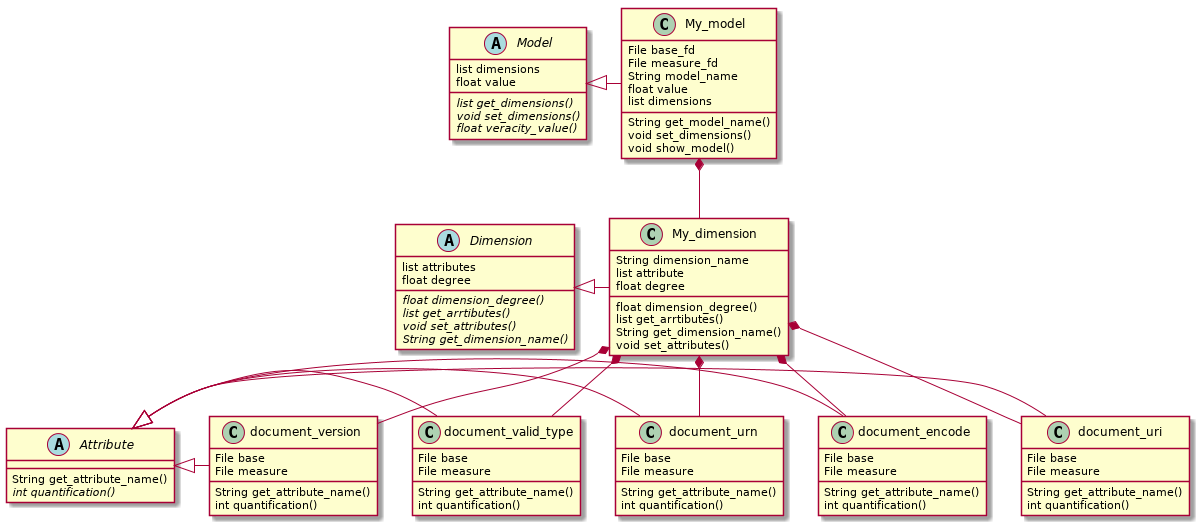
Earlier version of the PlantUML export image/uml.png (ChengFu-Ji/latex-template).
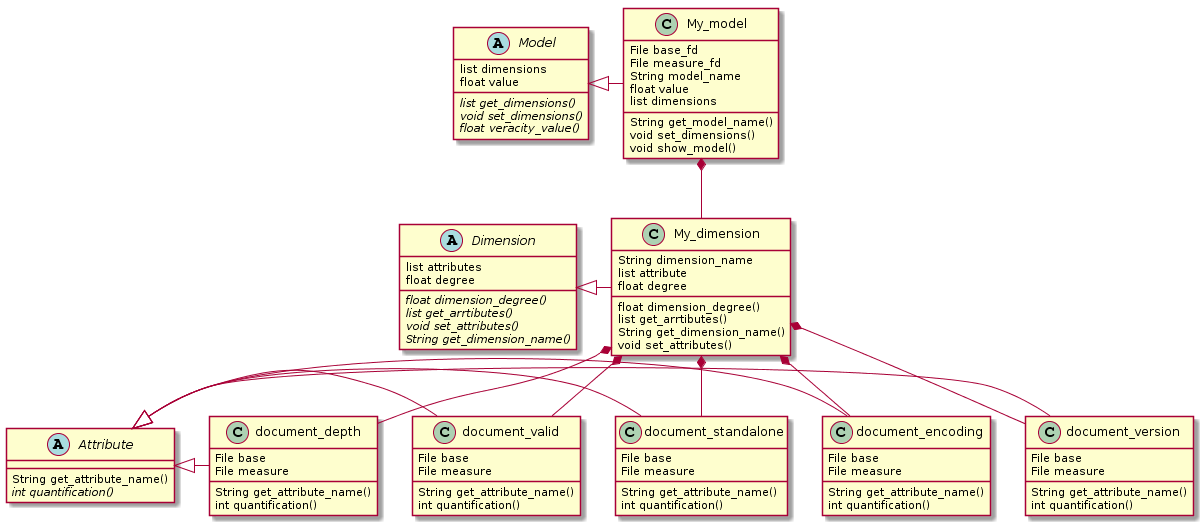
After the change.

Diff of the diagram source:
```diff
@@ -33,7 +33,6 @@
     void show_model()
 
 }
-
 class My_dimension {
     String dimension_name
     list attribute
@@ -45,28 +44,27 @@
 
 }
 
-class document_encode{
+class document_standalone{
     File base
     File measure
     String get_attribute_name()
     int quantification()
 }
 
-class document_uri{
+class document_encoding{
+    File base
+    File measure
+    String get_attribute_name()
+    int quantification()
+}
+class document_depth{
     File base
     File measure
     String get_attribute_name()
     int quantification()
 }
 
-class document_urn{
-    File base
-    File measure
-    String get_attribute_name()
-    int quantification()
-}
-
-class document_valid_type{
+class document_valid{
     File base
     File measure
     String get_attribute_name()
@@ -83,17 +81,17 @@
 Model <|- My_model
 
 Dimension <|- My_dimension
-Attribute <|- document_uri
-Attribute <|- document_encode
-Attribute <|- document_urn
-Attribute <|- document_valid_type
 Attribute <|- document_version
+Attribute <|- document_encoding
+Attribute <|- document_standalone
+Attribute <|- document_valid
+Attribute <|- document_depth
 
-My_dimension *-- document_encode
-My_dimension *-- document_uri
-My_dimension *-- document_urn
-My_dimension *-- document_valid_type
 My_dimension *-- document_version
+My_dimension *-- document_encoding
+My_dimension *-- document_standalone
+My_dimension *-- document_valid
+My_dimension *-- document_depth
 
 My_model *-- My_dimension
 @enduml
```
